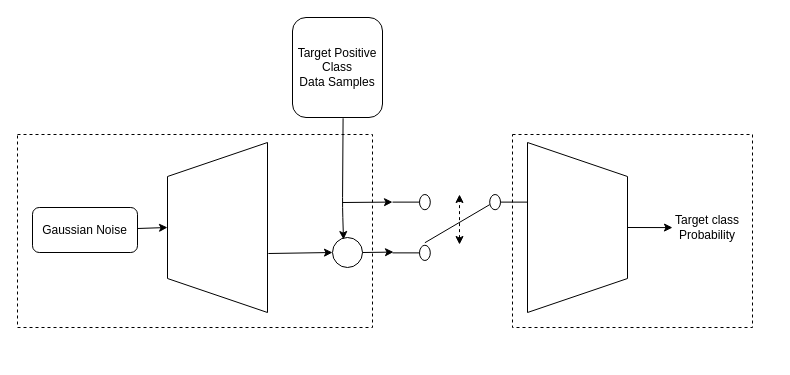
This is Untitled Diagram.drawio from zhiguangxu/OCC-DAL, a draw.io file, before an edit. Source tidied: cells renumbered, new cells numbered last; positions are measured from the earlier drawing's top-left corner, leaving out a move shared by most shapes. Both pictures are drawn from the tidied source at 100%, with x=0, y=0 at pixel (17, 17).
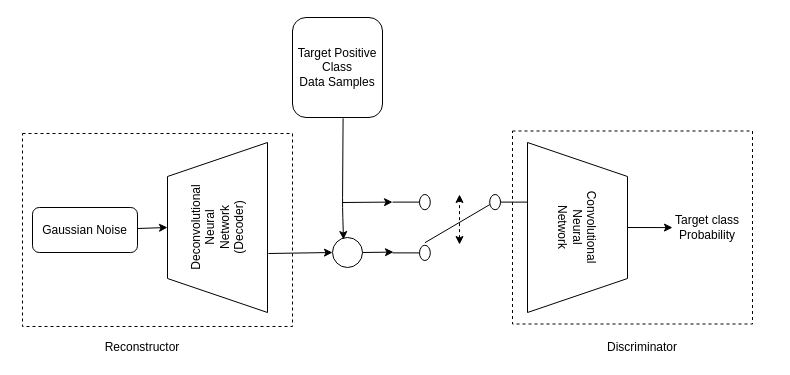
The same diagram, later.

Change to the diagram source:
```diff
@@
-    <mxCell id="2" style="shape=trapezoid;perimeter=trapezoidPerimeter;whiteSpace=wrap;html=1;rotation=-90;" parent="1" vertex="1">
+    <mxCell id="2" value="Deconvolutional&lt;br&gt;Neural&lt;br&gt;Network&lt;br&gt;(Decoder)" style="shape=trapezoid;perimeter=trapezoidPerimeter;whiteSpace=wrap;html=1;rotation=-90;" parent="1" vertex="1">
       <mxGeometry x="115" y="160" width="170" height="100" as="geometry" />
     </mxCell>
@@
-    <mxCell id="4" style="shape=trapezoid;perimeter=trapezoidPerimeter;whiteSpace=wrap;html=1;rotation=90;" parent="1" vertex="1">
+    <mxCell id="4" value="Convolutional&lt;br&gt;Neural&lt;br&gt;Network" style="shape=trapezoid;perimeter=trapezoidPerimeter;whiteSpace=wrap;html=1;rotation=90;" parent="1" vertex="1">
       <mxGeometry x="475" y="160" width="170" height="100" as="geometry" />
     </mxCell>
@@
     <mxCell id="14" style="rounded=0;whiteSpace=wrap;html=1;fillColor=none;dashed=1;" parent="1" vertex="1">
-      <mxGeometry y="117" width="355" height="193" as="geometry" />
+      <mxGeometry x="5" y="116" width="270" height="193" as="geometry" />
     </mxCell>
@@
     <mxCell id="17" style="rounded=0;whiteSpace=wrap;html=1;fillColor=none;dashed=1;" parent="1" vertex="1">
-      <mxGeometry x="495" y="117" width="240" height="193" as="geometry" />
+      <mxGeometry x="495" y="113.5" width="240" height="193" as="geometry" />
     </mxCell>
+    <mxCell id="18" value="Reconstructor" style="text;html=1;strokeColor=none;fillColor=none;align=center;verticalAlign=middle;whiteSpace=wrap;rounded=0;dashed=1;" parent="1" vertex="1">
+      <mxGeometry x="105" y="320" width="40" height="20" as="geometry" />
+    </mxCell>
+    <mxCell id="19" value="Discriminator" style="text;html=1;strokeColor=none;fillColor=none;align=center;verticalAlign=middle;whiteSpace=wrap;rounded=0;dashed=1;" parent="1" vertex="1">
+      <mxGeometry x="605" y="320" width="40" height="20" as="geometry" />
+    </mxCell>
```
